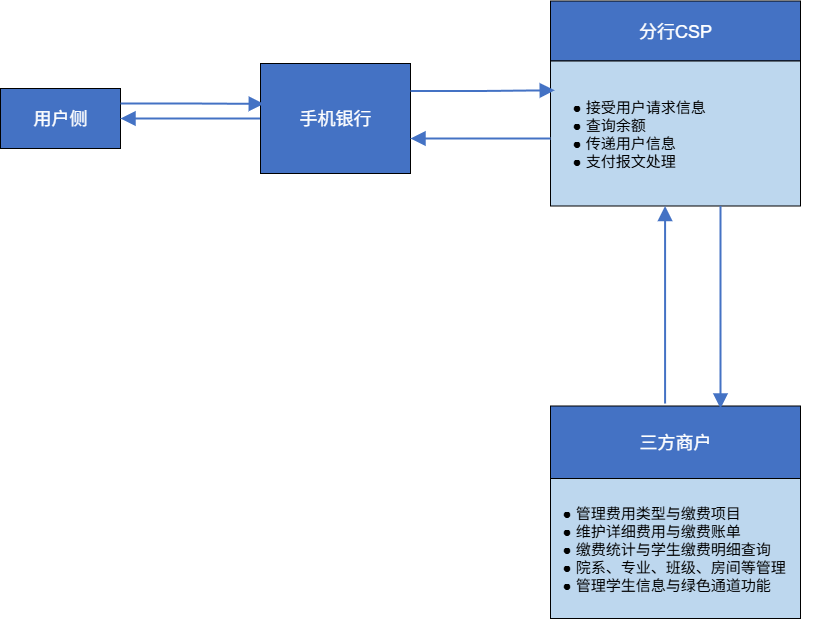
This is 缴费平台.drawio.png from bzerozero7/test, a draw.io export, as it was before one commit. Source tidied: cells renumbered, new cells last; positions are measured from the earlier drawing's top-left corner, leaving out a move shared by most shapes.
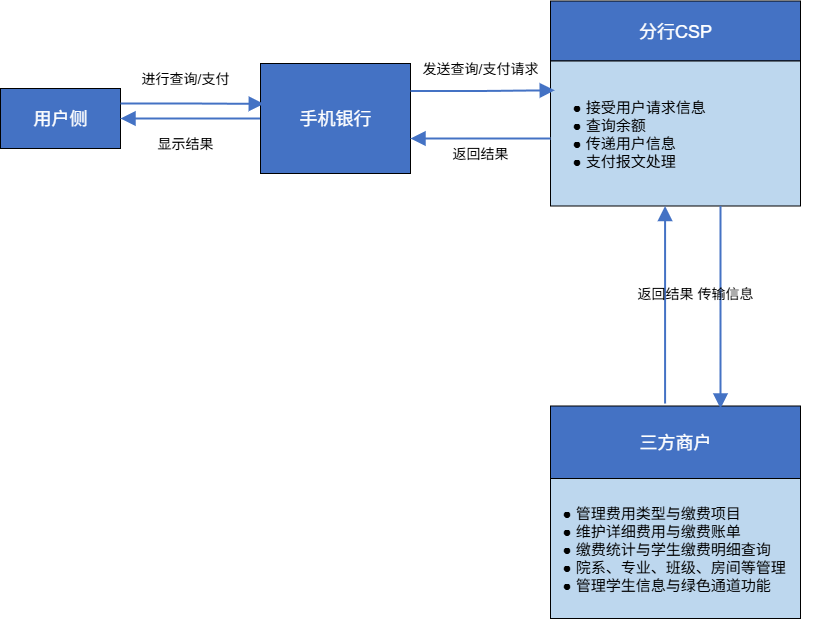
After the commit.

Commit message:
更新缴费平台.drawio.png

Diff of the diagram source:
```diff
@@ -53,5 +53,23 @@
         <mxPoint x="664.6" y="205.5" as="targetPoint" />
       </mxGeometry>
     </mxCell>
+    <mxCell id="16" value="&lt;font style=&quot;font-size: 14px;&quot;&gt;进行查询/支付&lt;/font&gt;" style="text;html=1;align=center;verticalAlign=middle;whiteSpace=wrap;rounded=0;" parent="1" vertex="1">
+      <mxGeometry x="140" y="63" width="90" height="30" as="geometry" />
+    </mxCell>
+    <mxCell id="17" value="&lt;span style=&quot;font-size: 14px;&quot;&gt;显示结果&lt;/span&gt;" style="text;html=1;align=center;verticalAlign=middle;whiteSpace=wrap;rounded=0;" parent="1" vertex="1">
+      <mxGeometry x="140" y="128" width="90" height="30" as="geometry" />
+    </mxCell>
+    <mxCell id="18" value="&lt;span style=&quot;font-size: 14px;&quot;&gt;发送查询/支付请求&lt;/span&gt;" style="text;html=1;align=center;verticalAlign=middle;whiteSpace=wrap;rounded=0;" parent="1" vertex="1">
+      <mxGeometry x="420" y="53" width="120" height="30" as="geometry" />
+    </mxCell>
+    <mxCell id="19" value="&lt;span style=&quot;font-size: 14px;&quot;&gt;返回结果&lt;/span&gt;" style="text;html=1;align=center;verticalAlign=middle;whiteSpace=wrap;rounded=0;" parent="1" vertex="1">
+      <mxGeometry x="435" y="138" width="90" height="30" as="geometry" />
+    </mxCell>
+    <mxCell id="20" value="&lt;span style=&quot;font-size: 14px;&quot;&gt;返回结果&lt;/span&gt;" style="text;html=1;align=center;verticalAlign=middle;whiteSpace=wrap;rounded=0;" parent="1" vertex="1">
+      <mxGeometry x="620" y="278" width="90" height="30" as="geometry" />
+    </mxCell>
+    <mxCell id="21" value="&lt;span style=&quot;font-size: 14px;&quot;&gt;传输信息&lt;/span&gt;" style="text;html=1;align=center;verticalAlign=middle;whiteSpace=wrap;rounded=0;" parent="1" vertex="1">
+      <mxGeometry x="680" y="278" width="90" height="30" as="geometry" />
+    </mxCell>
   </root>
 </mxGraphModel>
```
